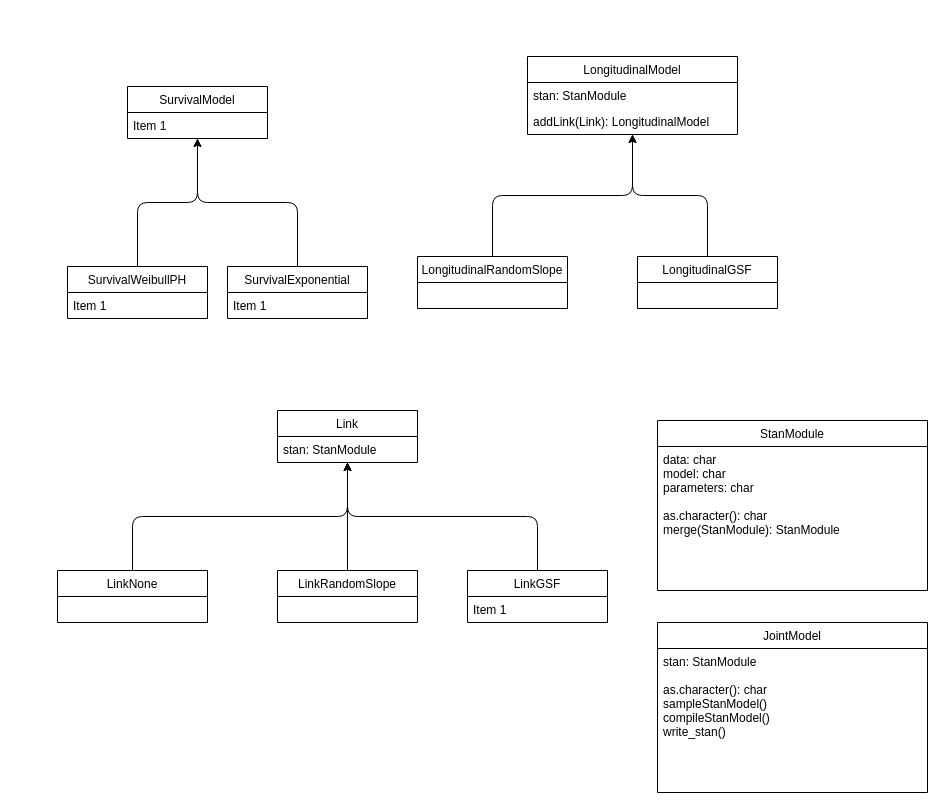
The draw.io diagram vignettes/objects.png.drawio in Genentech/jmpost, before the edit. Source tidied: cells renumbered, new cells numbered last; positions are measured from the earlier drawing's top-left corner, leaving out a move shared by most shapes. Both pictures are drawn from the tidied source at 100%, with x=0, y=0 at pixel (57, 56).
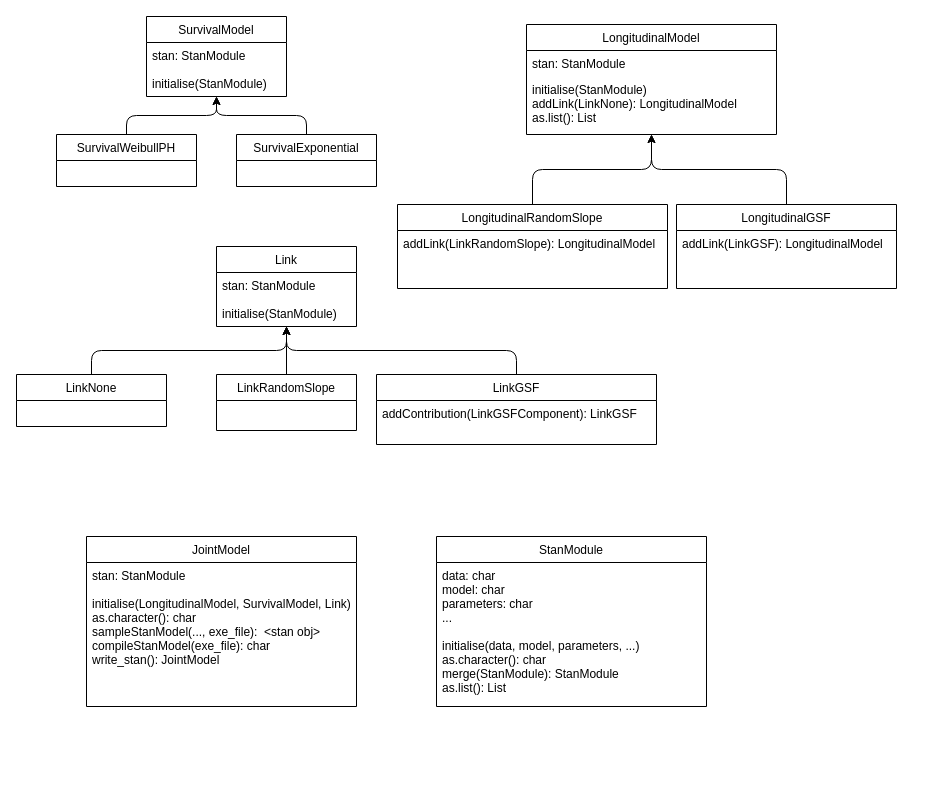
The same page after the edit.

Diff of the diagram source:
```diff
@@
     <mxCell id="2" value="SurvivalModel" style="swimlane;fontStyle=0;horizontal=1;startSize=26;fillColor=none;labelBackgroundColor=#FFFFFF;" parent="1" vertex="1">
-      <mxGeometry x="70" y="30" width="140" height="52" as="geometry" />
+      <mxGeometry x="89" y="-40" width="140" height="80" as="geometry" />
     </mxCell>
-    <mxCell id="3" value="Item 1" style="text;strokeColor=none;fillColor=none;align=left;verticalAlign=top;spacingLeft=4;spacingRight=4;overflow=hidden;labelBackgroundColor=#FFFFFF;" parent="2" vertex="1">
-      <mxGeometry y="26" width="140" height="26" as="geometry" />
+    <mxCell id="3" value="stan: StanModule&#10;&#10;initialise(StanModule)" style="text;strokeColor=none;fillColor=none;align=left;verticalAlign=top;spacingLeft=4;spacingRight=4;overflow=hidden;labelBackgroundColor=#FFFFFF;" parent="2" vertex="1">
+      <mxGeometry y="26" width="140" height="54" as="geometry" />
     </mxCell>
@@
     <mxCell id="5" value="SurvivalWeibullPH" style="swimlane;fontStyle=0;horizontal=1;startSize=26;fillColor=none;labelBackgroundColor=#FFFFFF;" parent="1" vertex="1">
-      <mxGeometry x="10" y="210" width="140" height="52" as="geometry" />
+      <mxGeometry x="-1" y="78" width="140" height="52" as="geometry" />
     </mxCell>
-    <mxCell id="6" value="Item 1" style="text;strokeColor=none;fillColor=none;align=left;verticalAlign=top;spacingLeft=4;spacingRight=4;overflow=hidden;labelBackgroundColor=#FFFFFF;" parent="5" vertex="1">
-      <mxGeometry y="26" width="140" height="26" as="geometry" />
-    </mxCell>
@@
     <mxCell id="8" value="SurvivalExponential" style="swimlane;fontStyle=0;horizontal=1;startSize=26;fillColor=none;labelBackgroundColor=#FFFFFF;" parent="1" vertex="1">
-      <mxGeometry x="170" y="210" width="140" height="52" as="geometry" />
+      <mxGeometry x="179" y="78" width="140" height="52" as="geometry" />
     </mxCell>
-    <mxCell id="9" value="Item 1" style="text;strokeColor=none;fillColor=none;align=left;verticalAlign=top;spacingLeft=4;spacingRight=4;overflow=hidden;labelBackgroundColor=#FFFFFF;" parent="8" vertex="1">
-      <mxGeometry y="26" width="140" height="26" as="geometry" />
-    </mxCell>
     <mxCell id="10" value="LongitudinalModel" style="swimlane;fontStyle=0;horizontal=1;startSize=26;fillColor=none;labelBackgroundColor=#FFFFFF;" parent="1" vertex="1">
-      <mxGeometry x="470" width="210" height="78" as="geometry" />
+      <mxGeometry x="469" y="-32" width="250" height="110" as="geometry" />
     </mxCell>
     <mxCell id="11" value="stan: StanModule" style="text;strokeColor=none;fillColor=none;align=left;verticalAlign=top;spacingLeft=4;spacingRight=4;overflow=hidden;labelBackgroundColor=#FFFFFF;" parent="10" vertex="1">
-      <mxGeometry y="26" width="210" height="26" as="geometry" />
+      <mxGeometry y="26" width="250" height="26" as="geometry" />
     </mxCell>
-    <mxCell id="12" value="addLink(Link): LongitudinalModel " style="text;strokeColor=none;fillColor=none;align=left;verticalAlign=top;spacingLeft=4;spacingRight=4;overflow=hidden;labelBackgroundColor=#FFFFFF;" parent="10" vertex="1">
-      <mxGeometry y="52" width="210" height="26" as="geometry" />
+    <mxCell id="12" value="initialise(StanModule)&#10;addLink(LinkNone): LongitudinalModel&#10;as.list(): List " style="text;strokeColor=none;fillColor=none;align=left;verticalAlign=top;spacingLeft=4;spacingRight=4;overflow=hidden;labelBackgroundColor=#FFFFFF;" parent="10" vertex="1">
+      <mxGeometry y="52" width="250" height="58" as="geometry" />
     </mxCell>
@@
     <mxCell id="14" value="LongitudinalRandomSlope" style="swimlane;fontStyle=0;horizontal=1;startSize=26;fillColor=none;labelBackgroundColor=#FFFFFF;" parent="1" vertex="1">
-      <mxGeometry x="360" y="200" width="150" height="52" as="geometry" />
+      <mxGeometry x="340" y="148" width="270" height="84" as="geometry" />
     </mxCell>
+    <mxCell id="30" value="addLink(LinkRandomSlope): LongitudinalModel&#10;" style="text;strokeColor=none;fillColor=none;align=left;verticalAlign=top;spacingLeft=4;spacingRight=4;overflow=hidden;labelBackgroundColor=#FFFFFF;" parent="14" vertex="1">
+      <mxGeometry y="26" width="270" height="58" as="geometry" />
+    </mxCell>
@@
     <mxCell id="16" value="LongitudinalGSF" style="swimlane;fontStyle=0;horizontal=1;startSize=26;fillColor=none;labelBackgroundColor=#FFFFFF;" parent="1" vertex="1">
-      <mxGeometry x="580" y="200" width="140" height="52" as="geometry" />
+      <mxGeometry x="619" y="148" width="220" height="84" as="geometry" />
     </mxCell>
+    <mxCell id="31" value="addLink(LinkGSF): LongitudinalModel&#10;" style="text;strokeColor=none;fillColor=none;align=left;verticalAlign=top;spacingLeft=4;spacingRight=4;overflow=hidden;labelBackgroundColor=#FFFFFF;" parent="16" vertex="1">
+      <mxGeometry y="26" width="220" height="58" as="geometry" />
+    </mxCell>
     <mxCell id="17" value="Link" style="swimlane;fontStyle=0;horizontal=1;startSize=26;fillColor=none;labelBackgroundColor=#FFFFFF;" parent="1" vertex="1">
-      <mxGeometry x="220" y="354" width="140" height="52" as="geometry" />
+      <mxGeometry x="159" y="190" width="140" height="80" as="geometry" />
     </mxCell>
-    <mxCell id="18" value="stan: StanModule" style="text;strokeColor=none;fillColor=none;align=left;verticalAlign=top;spacingLeft=4;spacingRight=4;overflow=hidden;labelBackgroundColor=#FFFFFF;" parent="17" vertex="1">
-      <mxGeometry y="26" width="140" height="26" as="geometry" />
+    <mxCell id="18" value="stan: StanModule&#10;&#10;initialise(StanModule)" style="text;strokeColor=none;fillColor=none;align=left;verticalAlign=top;spacingLeft=4;spacingRight=4;overflow=hidden;labelBackgroundColor=#FFFFFF;" parent="17" vertex="1">
+      <mxGeometry y="26" width="140" height="54" as="geometry" />
     </mxCell>
@@
     <mxCell id="20" value="LinkNone" style="swimlane;fontStyle=0;horizontal=1;startSize=26;fillColor=none;labelBackgroundColor=#FFFFFF;" parent="1" vertex="1">
-      <mxGeometry y="514" width="150" height="52" as="geometry" />
+      <mxGeometry x="-41" y="318" width="150" height="52" as="geometry" />
     </mxCell>
@@
     <mxCell id="22" value="LinkRandomSlope" style="swimlane;fontStyle=0;horizontal=1;startSize=26;fillColor=none;labelBackgroundColor=#FFFFFF;" parent="1" vertex="1">
-      <mxGeometry x="220" y="514" width="140" height="52" as="geometry" />
+      <mxGeometry x="159" y="318" width="140" height="56" as="geometry" />
     </mxCell>
@@
     <mxCell id="24" value="LinkGSF" style="swimlane;fontStyle=0;horizontal=1;startSize=26;fillColor=none;labelBackgroundColor=#FFFFFF;" parent="1" vertex="1">
-      <mxGeometry x="410" y="514" width="140" height="52" as="geometry" />
+      <mxGeometry x="319" y="318" width="280" height="70" as="geometry" />
     </mxCell>
-    <mxCell id="25" value="Item 1" style="text;strokeColor=none;fillColor=none;align=left;verticalAlign=top;spacingLeft=4;spacingRight=4;overflow=hidden;labelBackgroundColor=#FFFFFF;" parent="24" vertex="1">
-      <mxGeometry y="26" width="140" height="26" as="geometry" />
+    <mxCell id="25" value="addContribution(LinkGSFComponent): LinkGSF" style="text;strokeColor=none;fillColor=none;align=left;verticalAlign=top;spacingLeft=4;spacingRight=4;overflow=hidden;labelBackgroundColor=#FFFFFF;" parent="24" vertex="1">
+      <mxGeometry y="26" width="280" height="44" as="geometry" />
     </mxCell>
     <mxCell id="26" value="StanModule" style="swimlane;fontStyle=0;horizontal=1;startSize=26;fillColor=none;labelBackgroundColor=#FFFFFF;" parent="1" vertex="1">
-      <mxGeometry x="600" y="364" width="270" height="170" as="geometry" />
+      <mxGeometry x="379" y="480" width="270" height="170" as="geometry" />
     </mxCell>
-    <mxCell id="27" value="data: char&#10;model: char&#10;parameters: char&#10;&#10;as.character(): char&#10;merge(StanModule): StanModule" style="text;strokeColor=none;fillColor=none;align=left;verticalAlign=top;spacingLeft=4;spacingRight=4;overflow=hidden;labelBackgroundColor=#FFFFFF;" parent="26" vertex="1">
+    <mxCell id="27" value="data: char&#10;model: char&#10;parameters: char&#10;...&#10;&#10;initialise(data, model, parameters, ...)&#10;as.character(): char&#10;merge(StanModule): StanModule&#10;as.list(): List" style="text;strokeColor=none;fillColor=none;align=left;verticalAlign=top;spacingLeft=4;spacingRight=4;overflow=hidden;labelBackgroundColor=#FFFFFF;" parent="26" vertex="1">
       <mxGeometry y="26" width="270" height="144" as="geometry" />
     </mxCell>
     <mxCell id="28" value="JointModel" style="swimlane;fontStyle=0;horizontal=1;startSize=26;fillColor=none;labelBackgroundColor=#FFFFFF;" parent="1" vertex="1">
-      <mxGeometry x="600" y="566" width="270" height="170" as="geometry" />
+      <mxGeometry x="29" y="480" width="270" height="170" as="geometry" />
     </mxCell>
-    <mxCell id="29" value="stan: StanModule&#10;&#10;as.character(): char&#10;sampleStanModel()&#10;compileStanModel()&#10;write_stan()" style="text;strokeColor=none;fillColor=none;align=left;verticalAlign=top;spacingLeft=4;spacingRight=4;overflow=hidden;labelBackgroundColor=#FFFFFF;" parent="28" vertex="1">
+    <mxCell id="29" value="stan: StanModule&#10;&#10;initialise(LongitudinalModel, SurvivalModel, Link)&#10;as.character(): char&#10;sampleStanModel(..., exe_file):  &lt;stan obj&gt;&#10;compileStanModel(exe_file): char&#10;write_stan(): JointModel" style="text;strokeColor=none;fillColor=none;align=left;verticalAlign=top;spacingLeft=4;spacingRight=4;overflow=hidden;labelBackgroundColor=#FFFFFF;" parent="28" vertex="1">
       <mxGeometry y="26" width="270" height="144" as="geometry" />
     </mxCell>
```
